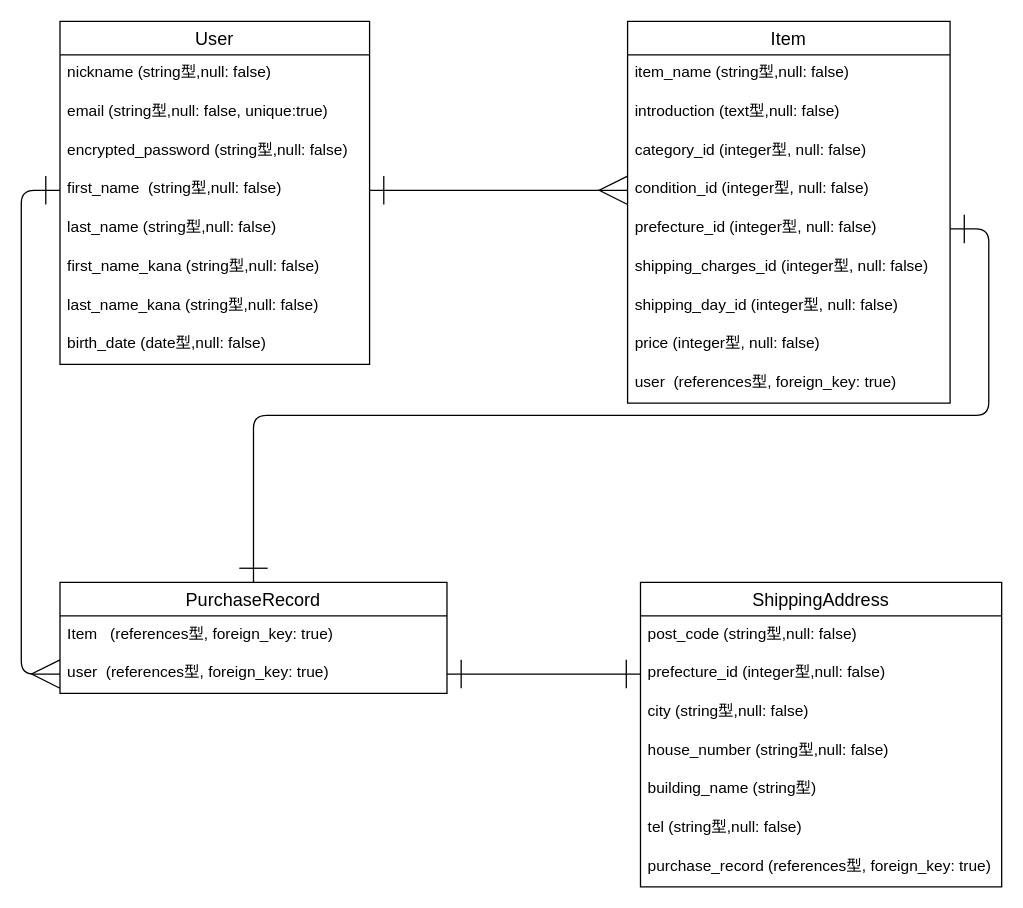
Earlier version of the draw.io diagram ER.dio (shimada0905/furima-32469). Source tidied: cells renumbered, new cells numbered last; positions are measured from the earlier drawing's top-left corner, leaving out a move shared by most shapes. Both pictures are drawn from the tidied source at 129%, with x=0, y=0 at pixel (59, 21).
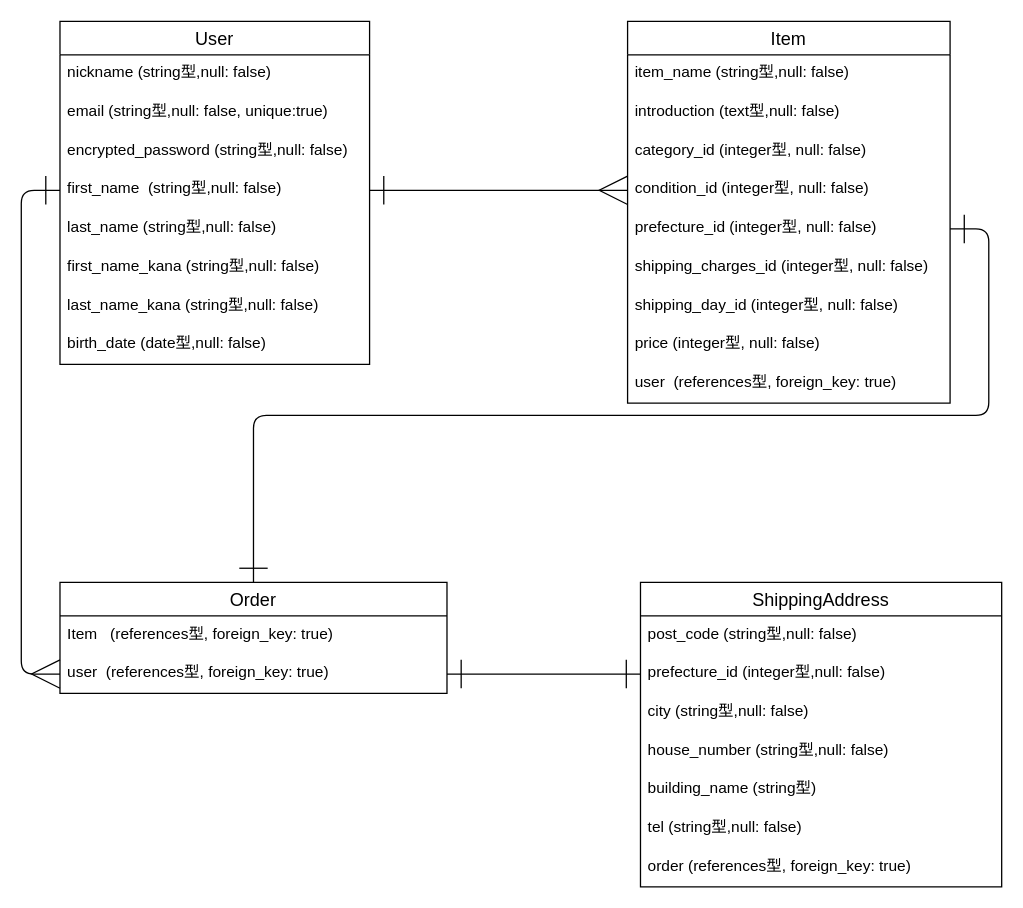
The same page after the edit.

Commit message (it also covers changes not shown here):
purchase_recordモデルをわかりやすい名前に変更

The change refers to these unchanged cells:
```xml
<mxCell id="24" value="ShippingAddress" style="swimlane;fontStyle=0;horizontal=1;startSize=26;align=center;fontSize=14;" parent="1" vertex="1">
  <mxGeometry x="450" y="435" width="280" height="236" as="geometry" />
</mxCell>
```

Change to the diagram source:
```diff
@@
-    <mxCell id="21" value="PurchaseRecord" style="swimlane;fontStyle=0;horizontal=1;startSize=26;align=center;fontSize=14;" parent="1" vertex="1">
+    <mxCell id="21" value="Order" style="swimlane;fontStyle=0;horizontal=1;startSize=26;align=center;fontSize=14;" parent="1" vertex="1">
       <mxGeometry y="435" width="300" height="86" as="geometry" />
     </mxCell>
@@
-    <mxCell id="31" value="purchase_record (references型, foreign_key: true)" style="text;strokeColor=none;fillColor=none;spacingLeft=4;spacingRight=4;overflow=hidden;fontSize=12;" parent="24" vertex="1">
+    <mxCell id="31" value="order (references型, foreign_key: true)" style="text;strokeColor=none;fillColor=none;spacingLeft=4;spacingRight=4;overflow=hidden;fontSize=12;" parent="24" vertex="1">
       <mxGeometry y="206" width="280" height="30" as="geometry" />
     </mxCell>
```
